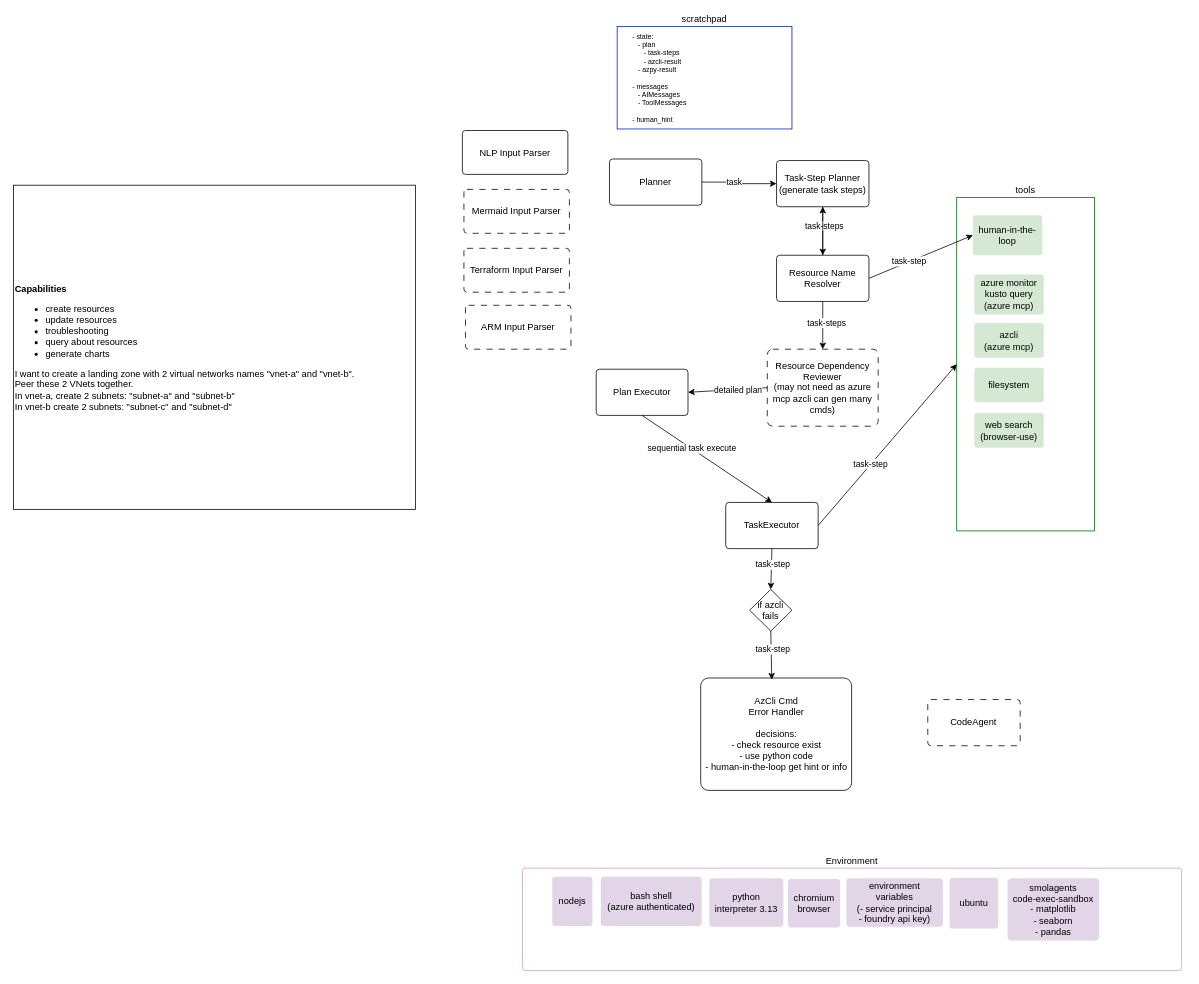
Before: docs/system_design.drawio in weixian-zhang/lena.ai, a draw.io diagram. Source tidied: cells renumbered, new cells numbered last; positions are measured from the earlier drawing's top-left corner, leaving out a move shared by most shapes. Both pictures are drawn from the tidied source at 77%, with x=0, y=0 at pixel (13, 26).
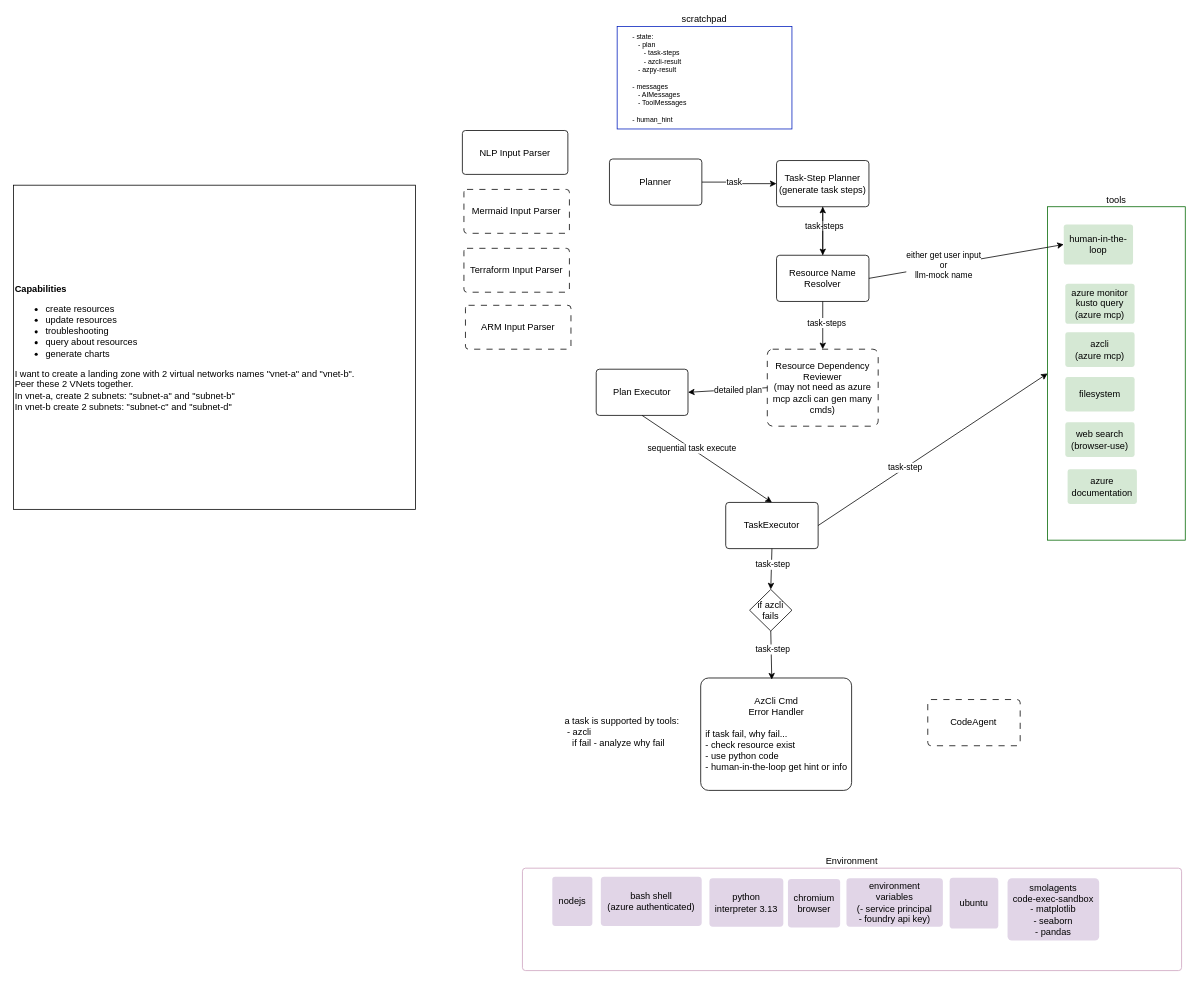
Above is the later version.

Commit message (it also covers changes not shown here):
feat: added draft azure mcp doc tool

Unchanged cells that the change refers to:
```xml
<mxCell id="41" style="endArrow=classic;html=1;rounded=0;entryX=0;entryY=0.5;entryDx=0;entryDy=0;exitX=1;exitY=0.5;exitDx=0;exitDy=0;" parent="1" edge="1" source="39" target="40">
  <mxGeometry relative="1" as="geometry" />
</mxCell>
```

What changed in the source:
```diff
@@
     <mxCell id="3" value="tools" style="rounded=0;whiteSpace=wrap;html=1;fillColor=none;labelPosition=center;verticalLabelPosition=top;align=center;verticalAlign=bottom;strokeColor=#006600;" parent="1" vertex="1">
-      <mxGeometry x="1225" y="222" width="178.8" height="433" as="geometry" />
+      <mxGeometry x="1343" y="234" width="178.8" height="433" as="geometry" />
     </mxCell>
@@
     <mxCell id="9" value="azcli&lt;div&gt;(azure mcp)&lt;/div&gt;" style="rounded=1;whiteSpace=wrap;html=1;arcSize=7;fillColor=#d5e8d4;strokeColor=none;" parent="1" vertex="1">
-      <mxGeometry x="1248" y="385" width="90" height="45" as="geometry" />
+      <mxGeometry x="1366" y="397" width="90" height="45" as="geometry" />
     </mxCell>
     <mxCell id="10" value="filesystem" style="rounded=1;whiteSpace=wrap;html=1;arcSize=7;fillColor=#d5e8d4;strokeColor=none;" parent="1" vertex="1">
-      <mxGeometry x="1248" y="443" width="90" height="45" as="geometry" />
+      <mxGeometry x="1366" y="455" width="90" height="45" as="geometry" />
     </mxCell>
     <mxCell id="11" value="azure monitor&lt;div&gt;kusto query&lt;/div&gt;&lt;div&gt;(azure mcp)&lt;/div&gt;" style="rounded=1;whiteSpace=wrap;html=1;arcSize=7;fillColor=#d5e8d4;strokeColor=none;" parent="1" vertex="1">
-      <mxGeometry x="1248" y="322" width="90" height="52" as="geometry" />
+      <mxGeometry x="1366" y="334" width="90" height="52" as="geometry" />
     </mxCell>
@@
     <mxCell id="17" value="&lt;div&gt;web search&lt;/div&gt;(browser-use)" style="rounded=1;whiteSpace=wrap;html=1;arcSize=7;fillColor=#d5e8d4;strokeColor=none;" parent="1" vertex="1">
-      <mxGeometry x="1248" y="502" width="90" height="45" as="geometry" />
+      <mxGeometry x="1366" y="514" width="90" height="45" as="geometry" />
     </mxCell>
@@
-    <mxCell id="37" value="AzCli Cmd&lt;div&gt;Error Handler&lt;/div&gt;&lt;div&gt;&lt;br&gt;&lt;/div&gt;&lt;div&gt;decisions:&lt;/div&gt;&lt;div&gt;- check resource exist&lt;/div&gt;&lt;div&gt;- use python code&lt;/div&gt;&lt;div&gt;- human-in-the-loop get hint or info&lt;/div&gt;" style="rounded=1;whiteSpace=wrap;html=1;arcSize=7;" parent="1" vertex="1">
+    <mxCell id="37" value="AzCli Cmd&lt;div&gt;Error Handler&lt;/div&gt;&lt;div&gt;&lt;br&gt;&lt;/div&gt;&lt;div style=&quot;text-align: left;&quot;&gt;if task fail, why fail...&lt;/div&gt;&lt;div style=&quot;text-align: left;&quot;&gt;- check resource exist&lt;/div&gt;&lt;div style=&quot;text-align: left;&quot;&gt;- use python code&lt;/div&gt;&lt;div style=&quot;text-align: left;&quot;&gt;- human-in-the-loop get hint or info&lt;/div&gt;" style="rounded=1;whiteSpace=wrap;html=1;arcSize=7;" parent="1" vertex="1">
       <mxGeometry x="892.5" y="846" width="196" height="146" as="geometry" />
     </mxCell>
@@
     <mxCell id="40" value="human-in-the-loop" style="rounded=1;whiteSpace=wrap;html=1;arcSize=7;fillColor=#d5e8d4;strokeColor=none;" parent="1" vertex="1">
-      <mxGeometry x="1246" y="245" width="90" height="52" as="geometry" />
+      <mxGeometry x="1364" y="257" width="90" height="52" as="geometry" />
     </mxCell>
@@
-    <mxCell id="42" value="task-step" style="edgeLabel;html=1;align=center;verticalAlign=middle;" parent="41" vertex="1">
+    <mxCell id="42" value="either get user input&lt;div&gt;or&lt;/div&gt;&lt;div&gt;llm-mock name&lt;/div&gt;" style="edgeLabel;html=1;align=center;verticalAlign=middle;" parent="41" vertex="1">
       <mxGeometry x="-0.24" y="1" relative="1" as="geometry" />
     </mxCell>
@@
+    <mxCell id="51" value="&lt;div&gt;azure documentation&lt;/div&gt;" style="rounded=1;whiteSpace=wrap;html=1;arcSize=7;fillColor=#d5e8d4;strokeColor=none;" parent="1" vertex="1">
+      <mxGeometry x="1369" y="575" width="90" height="45" as="geometry" />
+    </mxCell>
+    <mxCell id="52" value="a task is supported by tools:&lt;div&gt;&amp;nbsp;- azcli&lt;/div&gt;&lt;div&gt;&amp;nbsp; &amp;nbsp;if fail - analyze why fail&lt;/div&gt;" style="text;html=1;whiteSpace=wrap;strokeColor=none;fillColor=none;align=left;verticalAlign=middle;rounded=0;" parent="1" vertex="1">
+      <mxGeometry x="713.5" y="887" width="281" height="57" as="geometry" />
+    </mxCell>
```
